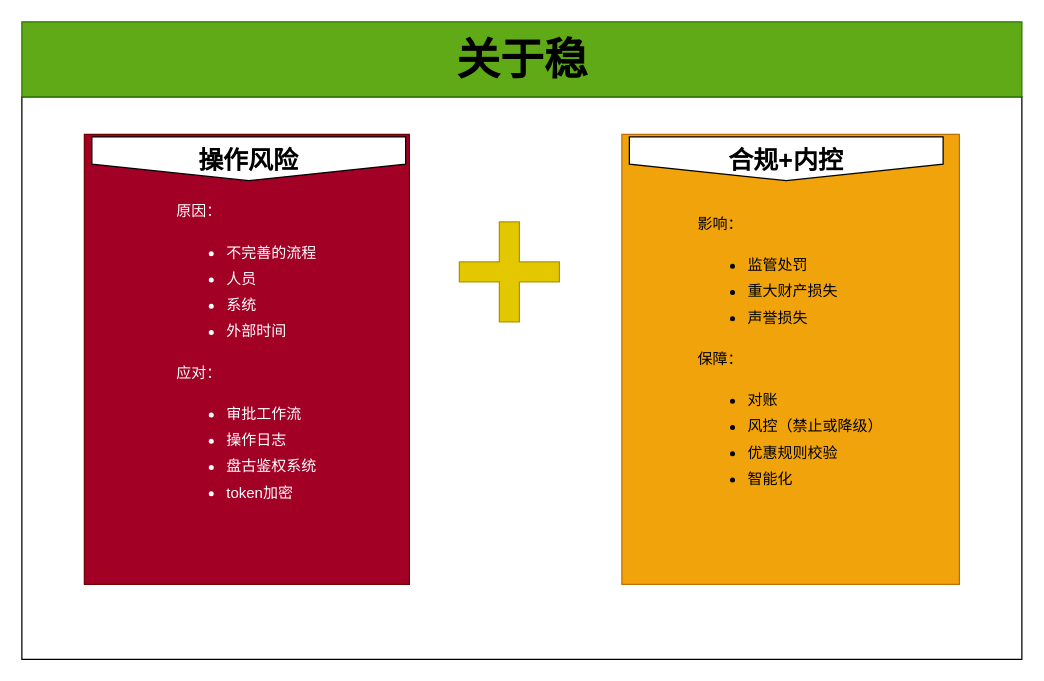
This is page "Page-27" (26 of 28) of Untitled Diagram.drawio from zengcrvip/basedemo, a draw.io file, before an edit. Source tidied: cells renumbered, new cells numbered last; positions are measured from the earlier drawing's top-left corner, leaving out a move shared by most shapes. Both pictures are drawn from the tidied source at 125%, with x=0, y=0 at pixel (21, 21).
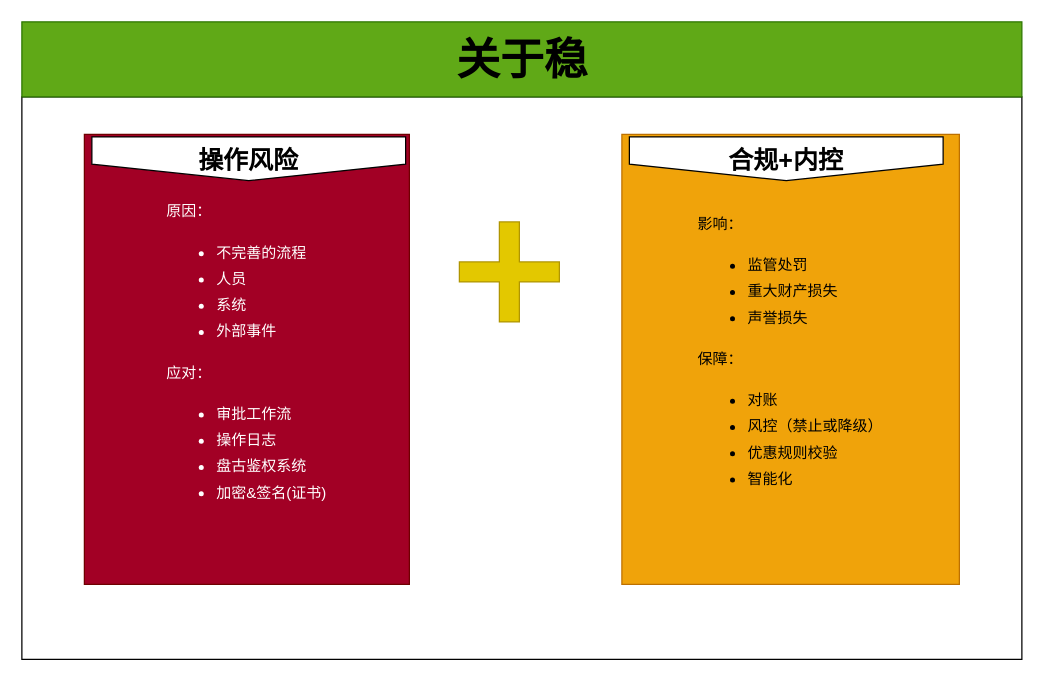
The same diagram, later.

The edit, as a diff of the source:
```diff
@@
 <mxGraphModel>
   <root>
     <mxCell id="0" />
     <mxCell id="1" parent="0" />
     <mxCell id="2" style="rounded=0;whiteSpace=wrap;html=1;fontSize=18;" parent="1" vertex="1">
       <mxGeometry y="60" width="800" height="450" as="geometry" />
     </mxCell>
-    <mxCell id="3" value="&lt;div style=&quot;text-align: left ; line-height: 1.75&quot;&gt;&lt;div&gt;原因：&lt;/div&gt;&lt;ul&gt;&lt;li&gt;不完善的流程&lt;/li&gt;&lt;li&gt;人员&lt;/li&gt;&lt;li&gt;系统&lt;/li&gt;&lt;li&gt;外部时间&lt;/li&gt;&lt;/ul&gt;&lt;div&gt;应对：&lt;/div&gt;&lt;div&gt;&lt;ul&gt;&lt;li&gt;审批工作流&lt;/li&gt;&lt;li&gt;操作日志&lt;/li&gt;&lt;li&gt;盘古鉴权系统&lt;/li&gt;&lt;li&gt;token加密&lt;/li&gt;&lt;/ul&gt;&lt;/div&gt;&lt;/div&gt;" style="rounded=0;whiteSpace=wrap;html=1;fillColor=#a20025;fontColor=#ffffff;strokeColor=#6F0000;" parent="1" vertex="1">
+    <mxCell id="3" value="&lt;div style=&quot;text-align: left ; line-height: 1.75&quot;&gt;&lt;div&gt;原因：&lt;/div&gt;&lt;ul&gt;&lt;li&gt;不完善的流程&lt;/li&gt;&lt;li&gt;人员&lt;/li&gt;&lt;li&gt;系统&lt;/li&gt;&lt;li&gt;外部事件&lt;/li&gt;&lt;/ul&gt;&lt;div&gt;应对：&lt;/div&gt;&lt;div&gt;&lt;ul&gt;&lt;li&gt;审批工作流&lt;/li&gt;&lt;li&gt;操作日志&lt;/li&gt;&lt;li&gt;盘古鉴权系统&lt;/li&gt;&lt;li&gt;加密&amp;amp;签名(证书)&lt;/li&gt;&lt;/ul&gt;&lt;/div&gt;&lt;/div&gt;" style="rounded=0;whiteSpace=wrap;html=1;fillColor=#a20025;fontColor=#ffffff;strokeColor=#6F0000;" parent="1" vertex="1">
       <mxGeometry x="50" y="90" width="260" height="360" as="geometry" />
     </mxCell>
     <mxCell id="4" value="&lt;font style=&quot;font-size: 20px&quot;&gt;&lt;b&gt;操作风险&lt;/b&gt;&lt;/font&gt;" style="shape=offPageConnector;whiteSpace=wrap;html=1;" parent="1" vertex="1">
       <mxGeometry x="56" y="92" width="251" height="35" as="geometry" />
     </mxCell>
     <mxCell id="5" value="&lt;div style=&quot;text-align: left ; line-height: 1.75&quot;&gt;影响：&lt;/div&gt;&lt;div style=&quot;text-align: left ; line-height: 1.75&quot;&gt;&lt;ul&gt;&lt;li&gt;监管处罚&lt;/li&gt;&lt;li&gt;重大财产损失&lt;/li&gt;&lt;li&gt;声誉损失&lt;/li&gt;&lt;/ul&gt;&lt;/div&gt;&lt;div style=&quot;text-align: left ; line-height: 1.75&quot;&gt;保障：&lt;/div&gt;&lt;div style=&quot;text-align: left ; line-height: 1.75&quot;&gt;&lt;ul&gt;&lt;li&gt;对账&lt;/li&gt;&lt;li&gt;风控（禁止或降级）&lt;/li&gt;&lt;li&gt;优惠规则校验&lt;/li&gt;&lt;li&gt;智能化&lt;/li&gt;&lt;/ul&gt;&lt;/div&gt;" style="rounded=0;whiteSpace=wrap;html=1;fillColor=#f0a30a;fontColor=#000000;strokeColor=#BD7000;" parent="1" vertex="1">
       <mxGeometry x="480" y="90" width="270" height="360" as="geometry" />
     </mxCell>
     <mxCell id="6" value="&lt;font style=&quot;font-size: 20px&quot;&gt;&lt;b&gt;合规+内控&lt;/b&gt;&lt;/font&gt;" style="shape=offPageConnector;whiteSpace=wrap;html=1;" parent="1" vertex="1">
       <mxGeometry x="486" y="92" width="251" height="35" as="geometry" />
     </mxCell>
     <mxCell id="7" style="shape=cross;whiteSpace=wrap;html=1;fontSize=18;fillColor=#e3c800;fontColor=#000000;strokeColor=#B09500;" parent="1" vertex="1">
       <mxGeometry x="350" y="160" width="80" height="80" as="geometry" />
     </mxCell>
     <mxCell id="8" style="rounded=0;whiteSpace=wrap;html=1;fontSize=35;fillColor=#60a917;fontColor=#ffffff;strokeColor=#2D7600;" parent="1" vertex="1">
       <mxGeometry width="800" height="60" as="geometry" />
     </mxCell>
     <mxCell id="9" value="&lt;font style=&quot;font-size: 35px&quot;&gt;关于稳&lt;/font&gt;" style="text;strokeColor=none;fillColor=none;html=1;fontSize=24;fontStyle=1;verticalAlign=middle;align=center;" parent="1" vertex="1">
       <mxGeometry x="325" width="150" height="60" as="geometry" />
     </mxCell>
   </root>
 </mxGraphModel>
```
